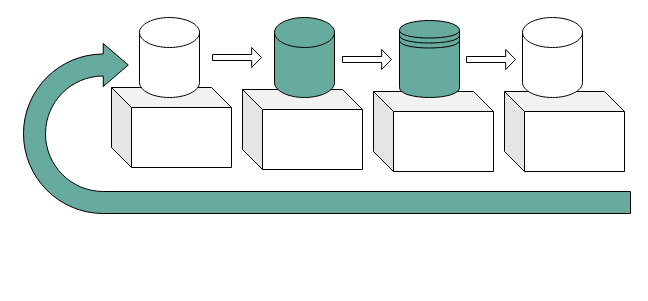
Before: 研发流水线.drawio in mingtian110/pc_home, a draw.io diagram. Source tidied: cells renumbered, new cells numbered last; positions are measured from the earlier drawing's top-left corner, leaving out a move shared by most shapes. Both pictures are drawn from the tidied source at 100%, with x=0, y=0 at pixel (23, 17).
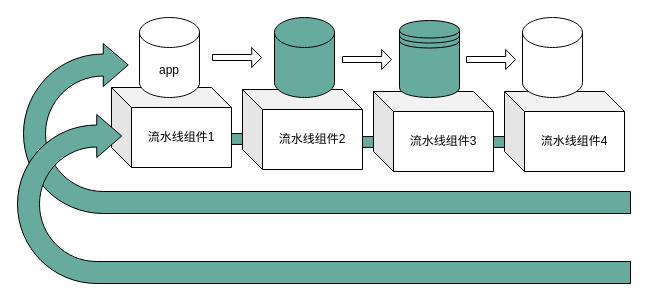
The same page after the edit.

Commit message (it also covers changes not shown here):
更新研发流水线.drawio

Change to the diagram source:
```diff
@@
 <mxGraphModel>
   <root>
     <mxCell id="0" />
     <mxCell id="1" parent="0" />
+    <mxCell id="14" style="html=1;shadow=0;dashed=0;align=center;verticalAlign=middle;shape=mxgraph.arrows2.sharpArrow2;dy1=0.67;dx1=18;dx2=18;dy3=0.15;dx3=27;notch=0;fillColor=#67AB9F;" parent="1" vertex="1">
+      <mxGeometry x="441" y="108" width="96" height="33" as="geometry" />
+    </mxCell>
+    <mxCell id="15" style="html=1;shadow=0;dashed=0;align=center;verticalAlign=middle;shape=mxgraph.arrows2.sharpArrow2;dy1=0.67;dx1=18;dx2=18;dy3=0.15;dx3=27;notch=0;fillColor=#67AB9F;" parent="1" vertex="1">
+      <mxGeometry x="313" y="108" width="96" height="33" as="geometry" />
+    </mxCell>
+    <mxCell id="16" style="html=1;shadow=0;dashed=0;align=center;verticalAlign=middle;shape=mxgraph.arrows2.sharpArrow2;dy1=0.67;dx1=18;dx2=18;dy3=0.15;dx3=27;notch=0;fillColor=#67AB9F;" parent="1" vertex="1">
+      <mxGeometry x="173" y="105" width="96" height="33" as="geometry" />
+    </mxCell>
-    <mxCell id="2" style="shape=cube;whiteSpace=wrap;html=1;boundedLbl=1;backgroundOutline=1;darkOpacity=0.05;darkOpacity2=0.1;" parent="1" vertex="1">
+    <mxCell id="2" value="流水线组件1" style="shape=cube;whiteSpace=wrap;html=1;boundedLbl=1;backgroundOutline=1;darkOpacity=0.05;darkOpacity2=0.1;" parent="1" vertex="1">
       <mxGeometry x="88" y="70" width="120" height="80" as="geometry" />
     </mxCell>
-    <mxCell id="3" style="shape=cube;whiteSpace=wrap;html=1;boundedLbl=1;backgroundOutline=1;darkOpacity=0.05;darkOpacity2=0.1;" parent="1" vertex="1">
+    <mxCell id="3" value="&lt;span&gt;流水线组件2&lt;/span&gt;" style="shape=cube;whiteSpace=wrap;html=1;boundedLbl=1;backgroundOutline=1;darkOpacity=0.05;darkOpacity2=0.1;" parent="1" vertex="1">
       <mxGeometry x="219" y="72" width="120" height="80" as="geometry" />
     </mxCell>
-    <mxCell id="4" style="shape=cube;whiteSpace=wrap;html=1;boundedLbl=1;backgroundOutline=1;darkOpacity=0.05;darkOpacity2=0.1;" parent="1" vertex="1">
+    <mxCell id="4" value="&lt;span&gt;流水线组件3&lt;/span&gt;" style="shape=cube;whiteSpace=wrap;html=1;boundedLbl=1;backgroundOutline=1;darkOpacity=0.05;darkOpacity2=0.1;" parent="1" vertex="1">
       <mxGeometry x="350" y="74" width="120" height="80" as="geometry" />
     </mxCell>
-    <mxCell id="5" style="shape=cube;whiteSpace=wrap;html=1;boundedLbl=1;backgroundOutline=1;darkOpacity=0.05;darkOpacity2=0.1;" parent="1" vertex="1">
+    <mxCell id="5" value="&lt;span&gt;流水线组件4&lt;/span&gt;" style="shape=cube;whiteSpace=wrap;html=1;boundedLbl=1;backgroundOutline=1;darkOpacity=0.05;darkOpacity2=0.1;" parent="1" vertex="1">
       <mxGeometry x="481" y="74" width="120" height="80" as="geometry" />
     </mxCell>
-    <mxCell id="6" style="shape=cylinder3;whiteSpace=wrap;html=1;boundedLbl=1;backgroundOutline=1;size=15;" parent="1" vertex="1">
+    <mxCell id="6" value="app" style="shape=cylinder3;whiteSpace=wrap;html=1;boundedLbl=1;backgroundOutline=1;size=15;" parent="1" vertex="1">
       <mxGeometry x="116" width="60" height="80" as="geometry" />
     </mxCell>
     <mxCell id="7" style="shape=cylinder3;whiteSpace=wrap;html=1;boundedLbl=1;backgroundOutline=1;size=15;fillColor=#67AB9F;" parent="1" vertex="1">
       <mxGeometry x="251" width="60" height="80" as="geometry" />
     </mxCell>
     <mxCell id="8" style="shape=cylinder3;whiteSpace=wrap;html=1;boundedLbl=1;backgroundOutline=1;size=15;" parent="1" vertex="1">
       <mxGeometry x="499" width="60" height="80" as="geometry" />
     </mxCell>
     <mxCell id="9" style="shape=singleArrow;whiteSpace=wrap;html=1;" parent="1" vertex="1">
       <mxGeometry x="189" y="30" width="49" height="20" as="geometry" />
     </mxCell>
     <mxCell id="10" style="shape=singleArrow;whiteSpace=wrap;html=1;" parent="1" vertex="1">
       <mxGeometry x="319" y="32" width="49" height="20" as="geometry" />
     </mxCell>
     <mxCell id="11" style="shape=singleArrow;whiteSpace=wrap;html=1;" parent="1" vertex="1">
       <mxGeometry x="443" y="32" width="49" height="20" as="geometry" />
     </mxCell>
     <mxCell id="12" style="shape=datastore;whiteSpace=wrap;html=1;fillColor=#67AB9F;" parent="1" vertex="1">
       <mxGeometry x="376" y="3" width="60" height="77" as="geometry" />
     </mxCell>
     <mxCell id="13" style="html=1;shadow=0;dashed=0;align=center;verticalAlign=middle;shape=mxgraph.arrows2.uTurnArrow;dy=11;arrowHead=43;dx2=25;fillColor=#67AB9F;" parent="1" vertex="1">
       <mxGeometry y="26" width="607" height="170" as="geometry" />
     </mxCell>
+    <mxCell id="17" style="html=1;shadow=0;dashed=0;align=center;verticalAlign=middle;shape=mxgraph.arrows2.uTurnArrow;dy=11;arrowHead=43;dx2=25;fillColor=#67AB9F;" parent="1" vertex="1">
+      <mxGeometry x="-6" y="97" width="613" height="169" as="geometry" />
+    </mxCell>
   </root>
 </mxGraphModel>
```
